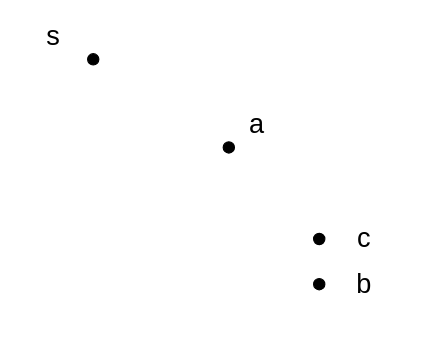
1102131860/ECE6133 keeps this draw.io diagram as page "Homework7" (3 of 9) of images/ECE6133.drawio. Above is the earlier version. Source tidied: cells renumbered, new cells numbered last; positions are measured from the earlier drawing's top-left corner, leaving out a move shared by most shapes. Both pictures are drawn from the tidied source at 113%, with x=0, y=0 at pixel (19, 19).
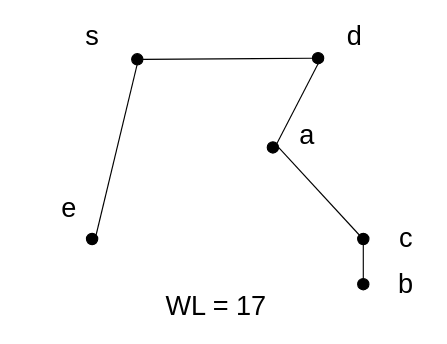
The same diagram, later.

Change to the diagram source:
```diff
@@
     <mxCell id="2" style="ellipse;whiteSpace=wrap;html=1;fillColor=#000000;" parent="1" vertex="1">
-      <mxGeometry x="60" y="30" width="10" height="10" as="geometry" />
+      <mxGeometry x="99" y="30" width="10" height="10" as="geometry" />
     </mxCell>
     <mxCell id="3" style="ellipse;whiteSpace=wrap;html=1;fillColor=#000000;" parent="1" vertex="1">
-      <mxGeometry x="180" y="108" width="10" height="10" as="geometry" />
+      <mxGeometry x="219" y="108" width="10" height="10" as="geometry" />
     </mxCell>
     <mxCell id="4" value="&lt;font style=&quot;font-size: 24px;&quot;&gt;s&lt;/font&gt;" style="text;html=1;align=center;verticalAlign=middle;whiteSpace=wrap;rounded=0;" parent="1" vertex="1">
-      <mxGeometry width="60" height="30" as="geometry" />
+      <mxGeometry x="41.5" y="3" width="45" height="24" as="geometry" />
     </mxCell>
     <mxCell id="5" value="&lt;font style=&quot;font-size: 24px;&quot;&gt;a&lt;/font&gt;" style="text;html=1;align=center;verticalAlign=middle;whiteSpace=wrap;rounded=0;" parent="1" vertex="1">
-      <mxGeometry x="180" y="78" width="60" height="30" as="geometry" />
+      <mxGeometry x="232" y="90" width="45" height="24" as="geometry" />
     </mxCell>
     <mxCell id="6" style="ellipse;whiteSpace=wrap;html=1;fillColor=#000000;" parent="1" vertex="1">
-      <mxGeometry x="260" y="229" width="10" height="10" as="geometry" />
+      <mxGeometry x="299" y="229" width="10" height="10" as="geometry" />
     </mxCell>
     <mxCell id="7" value="&lt;font style=&quot;font-size: 24px;&quot;&gt;b&lt;/font&gt;" style="text;html=1;align=center;verticalAlign=middle;whiteSpace=wrap;rounded=0;" parent="1" vertex="1">
-      <mxGeometry x="275" y="219" width="60" height="30" as="geometry" />
+      <mxGeometry x="322" y="221.5" width="40" height="25" as="geometry" />
     </mxCell>
     <mxCell id="8" style="ellipse;whiteSpace=wrap;html=1;fillColor=#000000;" parent="1" vertex="1">
-      <mxGeometry x="260" y="189" width="10" height="10" as="geometry" />
+      <mxGeometry x="299" y="189" width="10" height="10" as="geometry" />
     </mxCell>
     <mxCell id="9" value="&lt;font style=&quot;font-size: 24px;&quot;&gt;c&lt;/font&gt;" style="text;html=1;align=center;verticalAlign=middle;whiteSpace=wrap;rounded=0;" parent="1" vertex="1">
-      <mxGeometry x="275" y="179" width="60" height="30" as="geometry" />
+      <mxGeometry x="322" y="181.5" width="40" height="25" as="geometry" />
     </mxCell>
+    <mxCell id="10" style="ellipse;whiteSpace=wrap;html=1;fillColor=#000000;" parent="1" vertex="1">
+      <mxGeometry x="259" y="29" width="10" height="10" as="geometry" />
+    </mxCell>
+    <mxCell id="11" value="d" style="text;html=1;align=center;verticalAlign=middle;whiteSpace=wrap;rounded=0;fontSize=24;" parent="1" vertex="1">
+      <mxGeometry x="274" y="3" width="45" height="24" as="geometry" />
+    </mxCell>
+    <mxCell id="12" style="ellipse;whiteSpace=wrap;html=1;fillColor=#000000;" parent="1" vertex="1">
+      <mxGeometry x="59" y="189" width="10" height="10" as="geometry" />
+    </mxCell>
+    <mxCell id="13" value="&lt;font style=&quot;font-size: 24px;&quot;&gt;e&lt;/font&gt;" style="text;html=1;align=center;verticalAlign=middle;whiteSpace=wrap;rounded=0;" parent="1" vertex="1">
+      <mxGeometry x="24" y="154" width="40" height="25" as="geometry" />
+    </mxCell>
+    <mxCell id="14" style="endArrow=none;html=1;rounded=0;exitX=0.5;exitY=0;exitDx=0;exitDy=0;entryX=0.5;entryY=1;entryDx=0;entryDy=0;" parent="1" edge="1" source="6" target="8">
+      <mxGeometry relative="1" as="geometry" />
+    </mxCell>
+    <mxCell id="15" style="endArrow=none;html=1;rounded=0;exitX=1;exitY=0;exitDx=0;exitDy=0;" parent="1" edge="1" source="3">
+      <mxGeometry relative="1" as="geometry">
+        <mxPoint x="264" y="39" as="targetPoint" />
+      </mxGeometry>
+    </mxCell>
+    <mxCell id="16" style="endArrow=none;html=1;rounded=0;exitX=1;exitY=0.5;exitDx=0;exitDy=0;entryX=0;entryY=0.5;entryDx=0;entryDy=0;" parent="1" edge="1" source="2" target="10">
+      <mxGeometry relative="1" as="geometry" />
+    </mxCell>
+    <mxCell id="17" style="endArrow=none;html=1;rounded=0;exitX=1;exitY=0.5;exitDx=0;exitDy=0;entryX=0;entryY=0;entryDx=0;entryDy=0;" parent="1" edge="1" source="3" target="8">
+      <mxGeometry relative="1" as="geometry" />
+    </mxCell>
+    <mxCell id="18" style="endArrow=none;html=1;rounded=0;entryX=1;entryY=0;entryDx=0;entryDy=0;" parent="1" edge="1" target="12">
+      <mxGeometry relative="1" as="geometry">
+        <mxPoint x="104" y="39" as="sourcePoint" />
+      </mxGeometry>
+    </mxCell>
+    <mxCell id="19" value="&lt;font style=&quot;font-size: 24px;&quot;&gt;WL = 17&lt;/font&gt;" style="text;html=1;align=center;verticalAlign=middle;whiteSpace=wrap;rounded=0;" parent="1" vertex="1">
+      <mxGeometry x="119" y="239" width="110" height="30" as="geometry" />
+    </mxCell>
```
